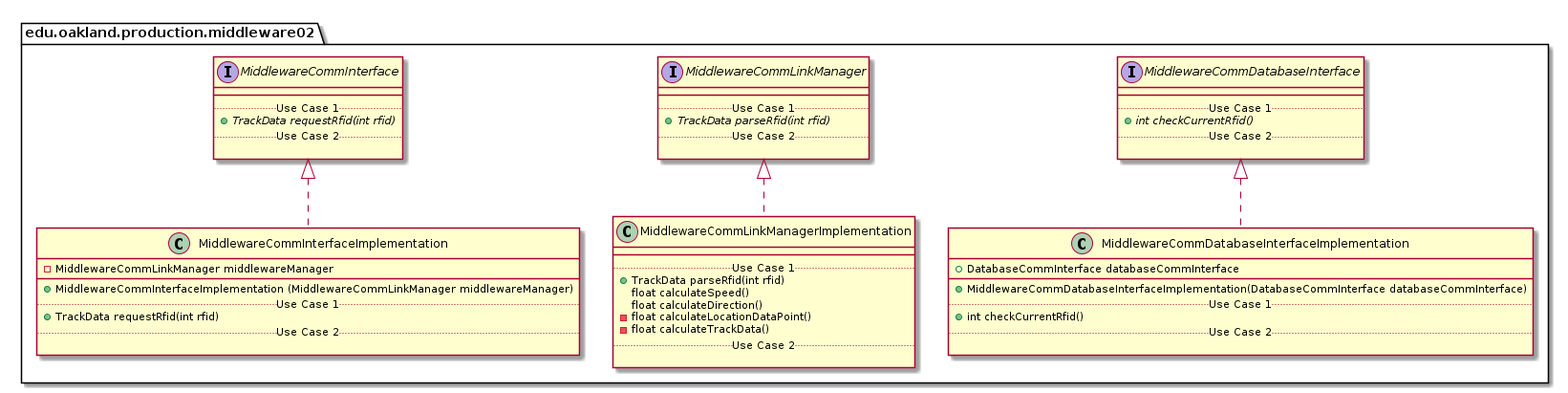
This is docs/uml-class-diagrams/middleware02/production/Middleware02ProductionPackage_Closure.png from andrewdimmer/csi-3370-software-project, a PlantUML export, as it was before one commit.
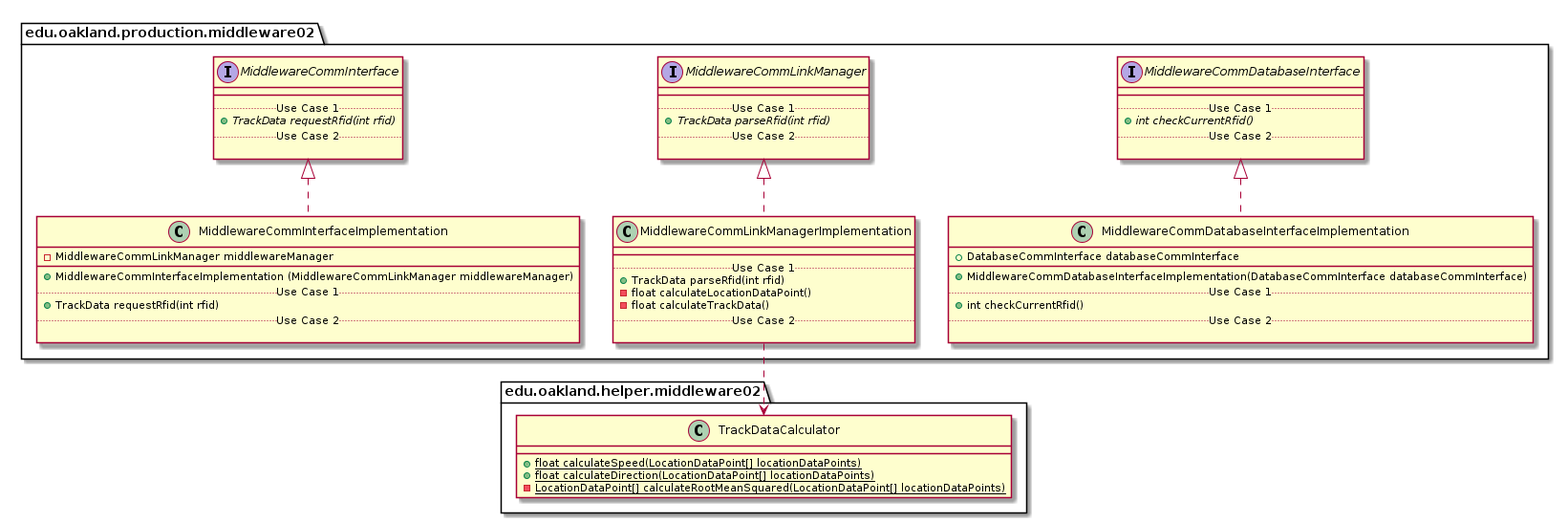
The same file after the commit.

Change to the diagram source:
```diff
@@ -83,8 +83,6 @@
         __
         .. Use Case 1 ..
         + TrackData parseRfid(int rfid)
-        float calculateSpeed()
-        float calculateDirection()
         - float calculateLocationDataPoint()
         - float calculateTrackData()
         .. Use Case 2 ..
@@ -96,6 +94,21 @@
 MiddlewareCommLinkManagerImplementation .up.|> MiddlewareCommLinkManager
 
 
+
+package edu.oakland.helper.middleware02 {
+    class TrackDataCalculator {
+        {static} + float calculateSpeed(LocationDataPoint[] locationDataPoints)
+        {static} + float calculateDirection(LocationDataPoint[] locationDataPoints)
+        {static} - LocationDataPoint[] calculateRootMeanSquared(LocationDataPoint[] locationDataPoints)
+    }
+}
+
+
+
+
+
+
+MiddlewareCommLinkManagerImplementation ..> TrackDataCalculator
 
 
 
```
